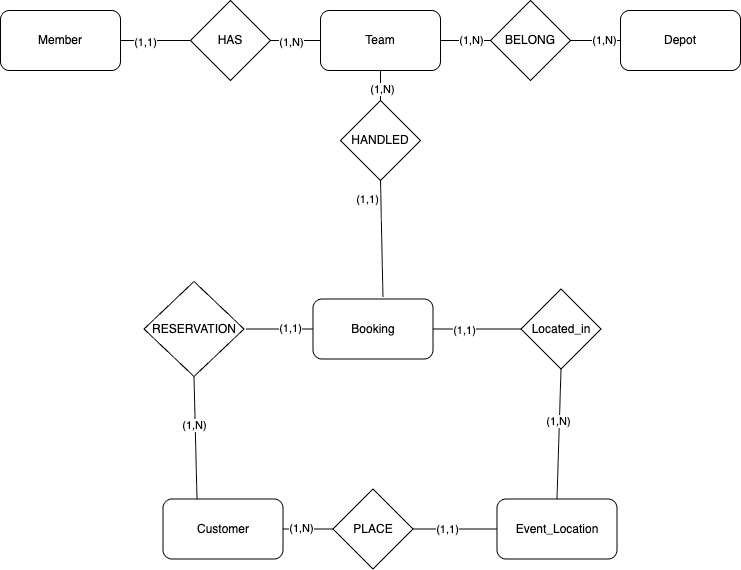
FValerio96/DB_system keeps this draw.io diagram as Exam/Documentation/images/skeleton-er.png. Above is the earlier version. Source tidied: cells renumbered, new cells last; positions are measured from the earlier drawing's top-left corner, leaving out a move shared by most shapes. Source of this version:
```xml
<mxGraphModel>
  <root>
    <mxCell id="0" />
    <mxCell id="1" parent="0" />
    <mxCell id="2" value="Customer" style="rounded=1;whiteSpace=wrap;html=1;" parent="1" vertex="1">
      <mxGeometry x="162.5" y="498.5" width="120" height="60" as="geometry" />
    </mxCell>
    <mxCell id="3" value="Event_Location" style="rounded=1;whiteSpace=wrap;html=1;" parent="1" vertex="1">
      <mxGeometry x="496.5" y="498.5" width="120" height="60" as="geometry" />
    </mxCell>
    <mxCell id="4" value="Booking" style="rounded=1;whiteSpace=wrap;html=1;" parent="1" vertex="1">
      <mxGeometry x="312.5" y="298.5" width="120" height="60" as="geometry" />
    </mxCell>
    <mxCell id="5" value="Team" style="rounded=1;whiteSpace=wrap;html=1;" parent="1" vertex="1">
      <mxGeometry x="320" y="10" width="120" height="60" as="geometry" />
    </mxCell>
    <mxCell id="6" value="Member" style="rounded=1;whiteSpace=wrap;html=1;" parent="1" vertex="1">
      <mxGeometry y="10" width="120" height="60" as="geometry" />
    </mxCell>
    <mxCell id="7" value="Depot" style="rounded=1;whiteSpace=wrap;html=1;" parent="1" vertex="1">
      <mxGeometry x="620" y="10" width="120" height="60" as="geometry" />
    </mxCell>
    <mxCell id="8" value="PLACE" style="rhombus;whiteSpace=wrap;html=1;" parent="1" vertex="1">
      <mxGeometry x="332.5" y="488.5" width="80" height="80" as="geometry" />
    </mxCell>
    <mxCell id="9" value="RESERVATION" style="rhombus;whiteSpace=wrap;html=1;" parent="1" vertex="1">
      <mxGeometry x="143.5" y="281" width="100" height="95" as="geometry" />
    </mxCell>
    <mxCell id="10" value="Located_in" style="rhombus;whiteSpace=wrap;html=1;" parent="1" vertex="1">
      <mxGeometry x="520.5" y="288.5" width="80" height="80" as="geometry" />
    </mxCell>
    <mxCell id="11" value="HANDLED" style="rhombus;whiteSpace=wrap;html=1;" parent="1" vertex="1">
      <mxGeometry x="340" y="100" width="80" height="80" as="geometry" />
    </mxCell>
    <mxCell id="12" value="HAS" style="rhombus;whiteSpace=wrap;html=1;" parent="1" vertex="1">
      <mxGeometry x="190" width="80" height="80" as="geometry" />
    </mxCell>
    <mxCell id="13" value="BELONG" style="rhombus;whiteSpace=wrap;html=1;" parent="1" vertex="1">
      <mxGeometry x="490" width="80" height="80" as="geometry" />
    </mxCell>
    <mxCell id="14" style="endArrow=none;html=1;rounded=0;exitX=1;exitY=0.5;exitDx=0;exitDy=0;entryX=0;entryY=0.5;entryDx=0;entryDy=0;" parent="1" edge="1" source="2" target="8">
      <mxGeometry relative="1" as="geometry" />
    </mxCell>
    <mxCell id="15" value="(1,N)" style="edgeLabel;html=1;align=center;verticalAlign=middle;" parent="14" vertex="1">
      <mxGeometry x="-0.3" y="1" relative="1" as="geometry" />
    </mxCell>
    <mxCell id="16" style="endArrow=none;html=1;rounded=0;exitX=1;exitY=0.5;exitDx=0;exitDy=0;entryX=0;entryY=0.5;entryDx=0;entryDy=0;" parent="1" edge="1" source="8" target="3">
      <mxGeometry relative="1" as="geometry" />
    </mxCell>
    <mxCell id="17" value="(1,1)" style="edgeLabel;html=1;align=center;verticalAlign=middle;" parent="16" vertex="1">
      <mxGeometry x="0.3" y="1" relative="1" as="geometry">
        <mxPoint x="-21" y="1" as="offset" />
      </mxGeometry>
    </mxCell>
    <mxCell id="18" style="endArrow=none;html=1;rounded=0;entryX=0.5;entryY=1;entryDx=0;entryDy=0;" parent="1" edge="1" target="9">
      <mxGeometry relative="1" as="geometry">
        <mxPoint x="196.5" y="498.5" as="sourcePoint" />
      </mxGeometry>
    </mxCell>
    <mxCell id="19" value="(1,N)" style="edgeLabel;html=1;align=center;verticalAlign=middle;" parent="18" vertex="1">
      <mxGeometry x="0.2" y="1" relative="1" as="geometry" />
    </mxCell>
    <mxCell id="20" style="endArrow=none;html=1;rounded=0;entryX=0;entryY=0.5;entryDx=0;entryDy=0;" parent="1" edge="1" target="4">
      <mxGeometry relative="1" as="geometry">
        <mxPoint x="245.5" y="328.5" as="sourcePoint" />
      </mxGeometry>
    </mxCell>
    <mxCell id="21" value="(1,1)" style="edgeLabel;html=1;align=center;verticalAlign=middle;" parent="20" vertex="1">
      <mxGeometry x="0.3" y="1" relative="1" as="geometry" />
    </mxCell>
    <mxCell id="22" style="endArrow=none;html=1;rounded=0;exitX=0.5;exitY=0;exitDx=0;exitDy=0;entryX=0.5;entryY=1;entryDx=0;entryDy=0;" parent="1" edge="1" source="3" target="10">
      <mxGeometry relative="1" as="geometry" />
    </mxCell>
    <mxCell id="23" value="(1,N)" style="edgeLabel;html=1;align=center;verticalAlign=middle;" parent="22" vertex="1">
      <mxGeometry x="0.2" y="1" relative="1" as="geometry" />
    </mxCell>
    <mxCell id="24" style="endArrow=none;html=1;rounded=0;exitX=0;exitY=0.5;exitDx=0;exitDy=0;entryX=1;entryY=0.5;entryDx=0;entryDy=0;" parent="1" edge="1" source="10" target="4">
      <mxGeometry relative="1" as="geometry" />
    </mxCell>
    <mxCell id="25" value="(1,1)" style="edgeLabel;html=1;align=center;verticalAlign=middle;" parent="24" vertex="1">
      <mxGeometry x="0.3" y="1" relative="1" as="geometry" />
    </mxCell>
    <mxCell id="26" style="endArrow=none;html=1;rounded=0;exitX=0.5;exitY=1;exitDx=0;exitDy=0;entryX=0.5;entryY=0;entryDx=0;entryDy=0;" parent="1" edge="1" source="5" target="11">
      <mxGeometry relative="1" as="geometry" />
    </mxCell>
    <mxCell id="27" value="(1,N)" style="edgeLabel;html=1;align=center;verticalAlign=middle;" parent="26" vertex="1">
      <mxGeometry x="0.2" y="1" relative="1" as="geometry" />
    </mxCell>
    <mxCell id="28" style="endArrow=none;html=1;rounded=0;exitX=0.5;exitY=1;exitDx=0;exitDy=0;entryX=0.583;entryY=-0.04;entryDx=0;entryDy=0;entryPerimeter=0;" parent="1" edge="1" source="11" target="4">
      <mxGeometry relative="1" as="geometry" />
    </mxCell>
    <mxCell id="29" value="(1,1)" style="edgeLabel;html=1;align=center;verticalAlign=middle;" parent="28" vertex="1">
      <mxGeometry x="0.3" y="1" relative="1" as="geometry">
        <mxPoint x="-16" y="-56" as="offset" />
      </mxGeometry>
    </mxCell>
    <mxCell id="30" style="endArrow=none;html=1;rounded=0;exitX=0;exitY=0.5;exitDx=0;exitDy=0;entryX=1;entryY=0.5;entryDx=0;entryDy=0;" parent="1" edge="1" source="5" target="12">
      <mxGeometry relative="1" as="geometry" />
    </mxCell>
    <mxCell id="31" value="(1,N)" style="edgeLabel;html=1;align=center;verticalAlign=middle;" parent="30" vertex="1">
      <mxGeometry x="0.2" y="1" relative="1" as="geometry" />
    </mxCell>
    <mxCell id="32" style="endArrow=none;html=1;rounded=0;exitX=0;exitY=0.5;exitDx=0;exitDy=0;entryX=1;entryY=0.5;entryDx=0;entryDy=0;" parent="1" edge="1" source="12" target="6">
      <mxGeometry relative="1" as="geometry" />
    </mxCell>
    <mxCell id="33" value="(1,1)" style="edgeLabel;html=1;align=center;verticalAlign=middle;" parent="32" vertex="1">
      <mxGeometry x="0.3" y="1" relative="1" as="geometry" />
    </mxCell>
    <mxCell id="34" style="endArrow=none;html=1;rounded=0;exitX=1;exitY=0.5;exitDx=0;exitDy=0;entryX=0;entryY=0.5;entryDx=0;entryDy=0;" parent="1" edge="1" source="5" target="13">
      <mxGeometry relative="1" as="geometry" />
    </mxCell>
    <mxCell id="35" value="(1,N)" style="edgeLabel;html=1;align=center;verticalAlign=middle;" parent="34" vertex="1">
      <mxGeometry x="0.2" y="1" relative="1" as="geometry" />
    </mxCell>
    <mxCell id="36" style="endArrow=none;html=1;rounded=0;exitX=1;exitY=0.5;exitDx=0;exitDy=0;entryX=0;entryY=0.5;entryDx=0;entryDy=0;" parent="1" edge="1" source="13" target="7">
      <mxGeometry relative="1" as="geometry" />
    </mxCell>
    <mxCell id="37" value="(1,N)" style="edgeLabel;html=1;align=center;verticalAlign=middle;" parent="36" vertex="1">
      <mxGeometry x="0.3" y="1" relative="1" as="geometry" />
    </mxCell>
  </root>
</mxGraphModel>
```
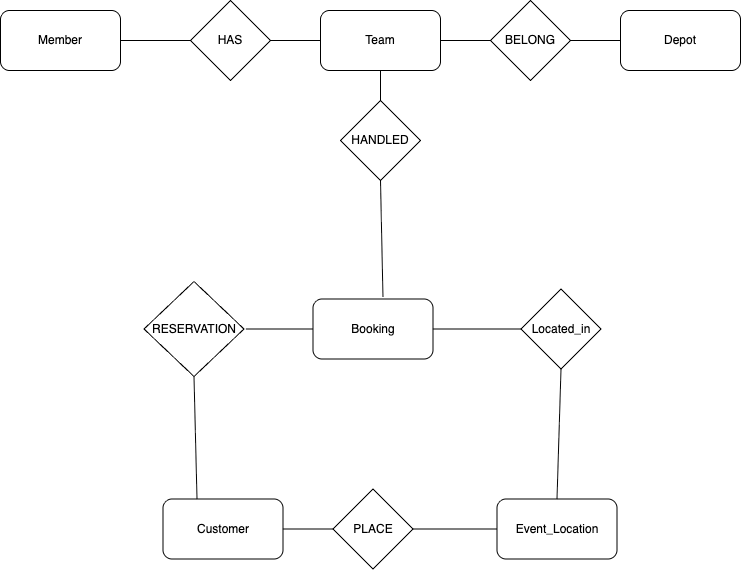
The same diagram one commit later.

The edit, as a diff of the source:
```diff
@@ -41,82 +41,42 @@
     <mxCell id="14" style="endArrow=none;html=1;rounded=0;exitX=1;exitY=0.5;exitDx=0;exitDy=0;entryX=0;entryY=0.5;entryDx=0;entryDy=0;" parent="1" edge="1" source="2" target="8">
       <mxGeometry relative="1" as="geometry" />
     </mxCell>
-    <mxCell id="15" value="(1,N)" style="edgeLabel;html=1;align=center;verticalAlign=middle;" parent="14" vertex="1">
-      <mxGeometry x="-0.3" y="1" relative="1" as="geometry" />
-    </mxCell>
     <mxCell id="16" style="endArrow=none;html=1;rounded=0;exitX=1;exitY=0.5;exitDx=0;exitDy=0;entryX=0;entryY=0.5;entryDx=0;entryDy=0;" parent="1" edge="1" source="8" target="3">
       <mxGeometry relative="1" as="geometry" />
     </mxCell>
-    <mxCell id="17" value="(1,1)" style="edgeLabel;html=1;align=center;verticalAlign=middle;" parent="16" vertex="1">
-      <mxGeometry x="0.3" y="1" relative="1" as="geometry">
-        <mxPoint x="-21" y="1" as="offset" />
-      </mxGeometry>
-    </mxCell>
     <mxCell id="18" style="endArrow=none;html=1;rounded=0;entryX=0.5;entryY=1;entryDx=0;entryDy=0;" parent="1" edge="1" target="9">
       <mxGeometry relative="1" as="geometry">
         <mxPoint x="196.5" y="498.5" as="sourcePoint" />
       </mxGeometry>
     </mxCell>
-    <mxCell id="19" value="(1,N)" style="edgeLabel;html=1;align=center;verticalAlign=middle;" parent="18" vertex="1">
-      <mxGeometry x="0.2" y="1" relative="1" as="geometry" />
-    </mxCell>
     <mxCell id="20" style="endArrow=none;html=1;rounded=0;entryX=0;entryY=0.5;entryDx=0;entryDy=0;" parent="1" edge="1" target="4">
       <mxGeometry relative="1" as="geometry">
         <mxPoint x="245.5" y="328.5" as="sourcePoint" />
       </mxGeometry>
     </mxCell>
-    <mxCell id="21" value="(1,1)" style="edgeLabel;html=1;align=center;verticalAlign=middle;" parent="20" vertex="1">
-      <mxGeometry x="0.3" y="1" relative="1" as="geometry" />
-    </mxCell>
     <mxCell id="22" style="endArrow=none;html=1;rounded=0;exitX=0.5;exitY=0;exitDx=0;exitDy=0;entryX=0.5;entryY=1;entryDx=0;entryDy=0;" parent="1" edge="1" source="3" target="10">
       <mxGeometry relative="1" as="geometry" />
     </mxCell>
-    <mxCell id="23" value="(1,N)" style="edgeLabel;html=1;align=center;verticalAlign=middle;" parent="22" vertex="1">
-      <mxGeometry x="0.2" y="1" relative="1" as="geometry" />
-    </mxCell>
     <mxCell id="24" style="endArrow=none;html=1;rounded=0;exitX=0;exitY=0.5;exitDx=0;exitDy=0;entryX=1;entryY=0.5;entryDx=0;entryDy=0;" parent="1" edge="1" source="10" target="4">
       <mxGeometry relative="1" as="geometry" />
     </mxCell>
-    <mxCell id="25" value="(1,1)" style="edgeLabel;html=1;align=center;verticalAlign=middle;" parent="24" vertex="1">
-      <mxGeometry x="0.3" y="1" relative="1" as="geometry" />
-    </mxCell>
     <mxCell id="26" style="endArrow=none;html=1;rounded=0;exitX=0.5;exitY=1;exitDx=0;exitDy=0;entryX=0.5;entryY=0;entryDx=0;entryDy=0;" parent="1" edge="1" source="5" target="11">
       <mxGeometry relative="1" as="geometry" />
     </mxCell>
-    <mxCell id="27" value="(1,N)" style="edgeLabel;html=1;align=center;verticalAlign=middle;" parent="26" vertex="1">
-      <mxGeometry x="0.2" y="1" relative="1" as="geometry" />
-    </mxCell>
     <mxCell id="28" style="endArrow=none;html=1;rounded=0;exitX=0.5;exitY=1;exitDx=0;exitDy=0;entryX=0.583;entryY=-0.04;entryDx=0;entryDy=0;entryPerimeter=0;" parent="1" edge="1" source="11" target="4">
       <mxGeometry relative="1" as="geometry" />
     </mxCell>
-    <mxCell id="29" value="(1,1)" style="edgeLabel;html=1;align=center;verticalAlign=middle;" parent="28" vertex="1">
-      <mxGeometry x="0.3" y="1" relative="1" as="geometry">
-        <mxPoint x="-16" y="-56" as="offset" />
-      </mxGeometry>
-    </mxCell>
     <mxCell id="30" style="endArrow=none;html=1;rounded=0;exitX=0;exitY=0.5;exitDx=0;exitDy=0;entryX=1;entryY=0.5;entryDx=0;entryDy=0;" parent="1" edge="1" source="5" target="12">
       <mxGeometry relative="1" as="geometry" />
     </mxCell>
-    <mxCell id="31" value="(1,N)" style="edgeLabel;html=1;align=center;verticalAlign=middle;" parent="30" vertex="1">
-      <mxGeometry x="0.2" y="1" relative="1" as="geometry" />
-    </mxCell>
     <mxCell id="32" style="endArrow=none;html=1;rounded=0;exitX=0;exitY=0.5;exitDx=0;exitDy=0;entryX=1;entryY=0.5;entryDx=0;entryDy=0;" parent="1" edge="1" source="12" target="6">
       <mxGeometry relative="1" as="geometry" />
     </mxCell>
-    <mxCell id="33" value="(1,1)" style="edgeLabel;html=1;align=center;verticalAlign=middle;" parent="32" vertex="1">
-      <mxGeometry x="0.3" y="1" relative="1" as="geometry" />
-    </mxCell>
     <mxCell id="34" style="endArrow=none;html=1;rounded=0;exitX=1;exitY=0.5;exitDx=0;exitDy=0;entryX=0;entryY=0.5;entryDx=0;entryDy=0;" parent="1" edge="1" source="5" target="13">
       <mxGeometry relative="1" as="geometry" />
     </mxCell>
-    <mxCell id="35" value="(1,N)" style="edgeLabel;html=1;align=center;verticalAlign=middle;" parent="34" vertex="1">
-      <mxGeometry x="0.2" y="1" relative="1" as="geometry" />
-    </mxCell>
     <mxCell id="36" style="endArrow=none;html=1;rounded=0;exitX=1;exitY=0.5;exitDx=0;exitDy=0;entryX=0;entryY=0.5;entryDx=0;entryDy=0;" parent="1" edge="1" source="13" target="7">
       <mxGeometry relative="1" as="geometry" />
     </mxCell>
-    <mxCell id="37" value="(1,N)" style="edgeLabel;html=1;align=center;verticalAlign=middle;" parent="36" vertex="1">
-      <mxGeometry x="0.3" y="1" relative="1" as="geometry" />
-    </mxCell>
   </root>
 </mxGraphModel>
```
